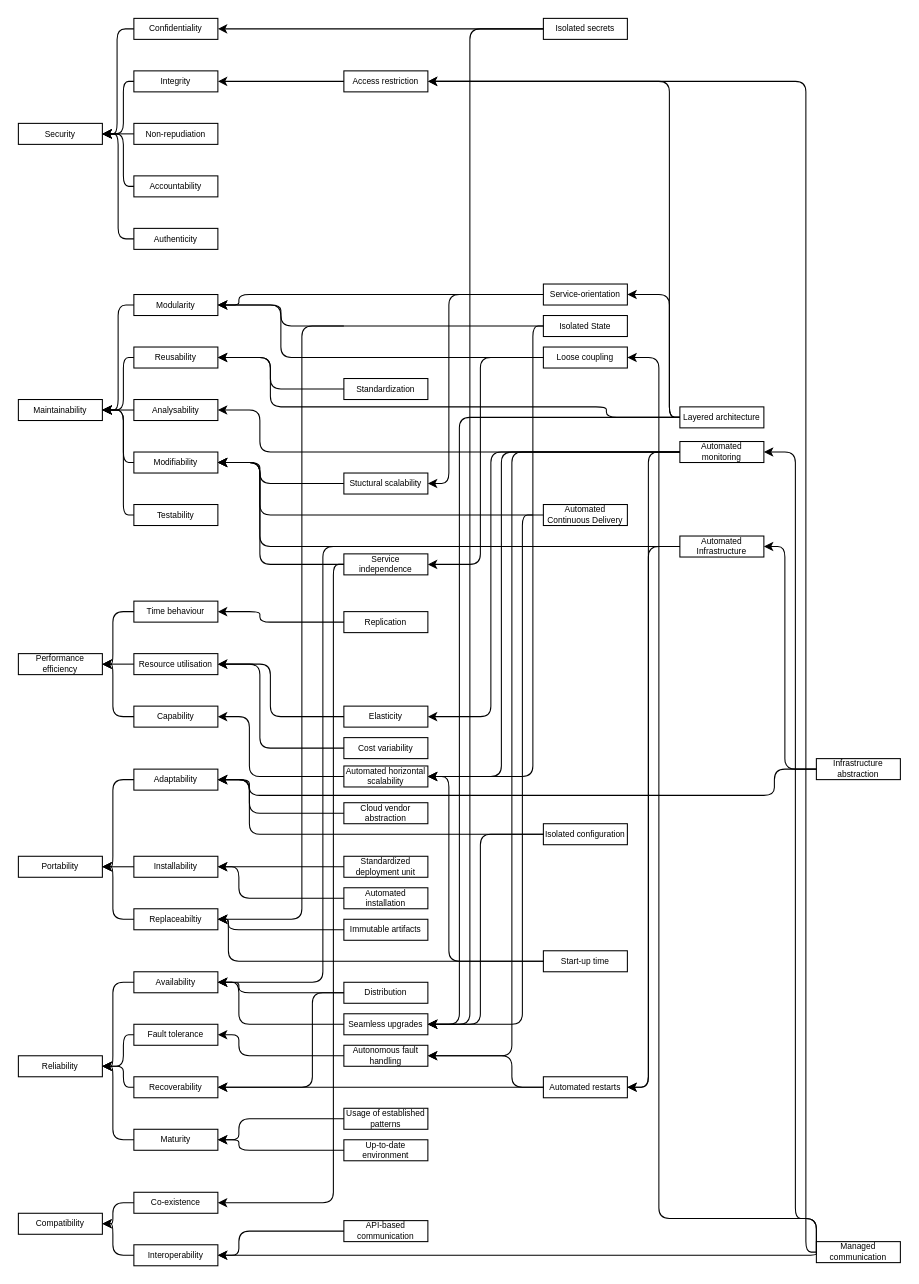
The draw.io diagram C_cna quality aspects.drawio in r0light/cna-quality-model, before the edit. Source tidied: cells renumbered, new cells numbered last; positions are measured from the earlier drawing's top-left corner, leaving out a move shared by most shapes. Both pictures are drawn from the tidied source at 105%, with x=0, y=0 at pixel (18, 18).
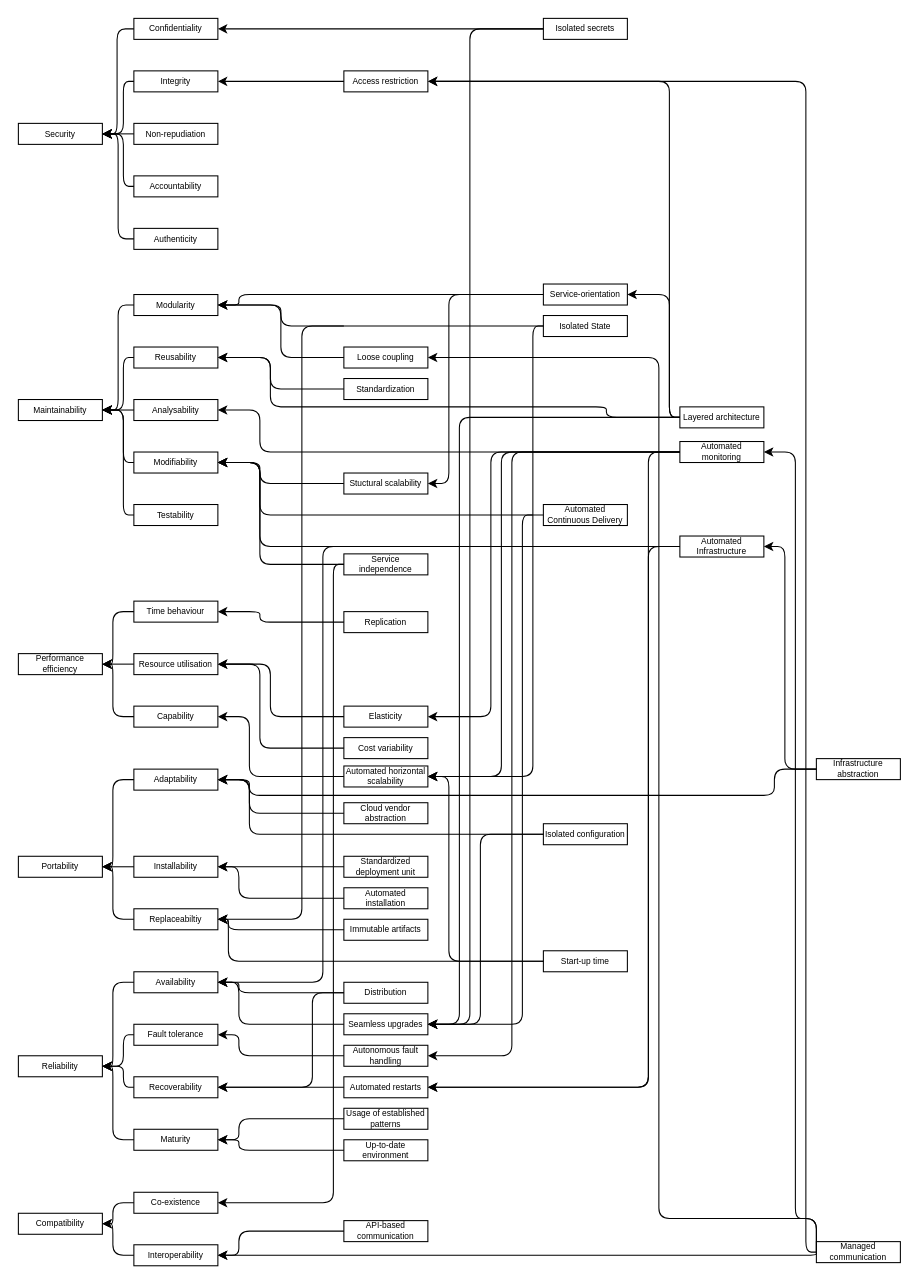
After the change.

The change refers to these unchanged cells:
```xml
<mxCell id="33" value="Service independence" style="rounded=0;whiteSpace=wrap;html=1;fontSize=8;" parent="1" vertex="1">
  <mxGeometry x="310" y="510" width="80" height="20" as="geometry" />
</mxCell>
```

What changed in the source:
```diff
@@
     <mxCell id="26" value="Loose coupling" style="rounded=0;whiteSpace=wrap;html=1;fontSize=8;" parent="1" vertex="1">
-      <mxGeometry x="500" y="313" width="80" height="20" as="geometry" />
+      <mxGeometry x="310" y="313" width="80" height="20" as="geometry" />
     </mxCell>
@@
     <mxCell id="47" value="Automated restarts" style="rounded=0;whiteSpace=wrap;html=1;fontSize=8;" parent="1" vertex="1">
-      <mxGeometry x="500" y="1008" width="80" height="20" as="geometry" />
+      <mxGeometry x="310" y="1008" width="80" height="20" as="geometry" />
     </mxCell>
@@
-    <mxCell id="120" style="endArrow=classic;html=1;fontSize=8;entryX=1;entryY=0.5;entryDx=0;entryDy=0;exitX=0;exitY=0.5;exitDx=0;exitDy=0;edgeStyle=orthogonalEdgeStyle;" parent="1" edge="1" target="33">
-      <mxGeometry relative="1" as="geometry">
-        <mxPoint x="490" y="323" as="sourcePoint" />
-        <Array as="points">
-          <mxPoint x="440" y="323" />
-          <mxPoint x="440" y="520" />
-        </Array>
-      </mxGeometry>
-    </mxCell>
@@
-    <mxCell id="129" style="endArrow=classic;html=1;fontSize=8;edgeStyle=orthogonalEdgeStyle;exitX=0;exitY=0.5;exitDx=0;exitDy=0;" parent="1" edge="1">
-      <mxGeometry relative="1" as="geometry">
-        <mxPoint x="500" y="1018" as="sourcePoint" />
-        <mxPoint x="390" y="988" as="targetPoint" />
-        <Array as="points">
-          <mxPoint x="470" y="1018" />
-          <mxPoint x="470" y="988" />
-        </Array>
-      </mxGeometry>
-    </mxCell>
```
